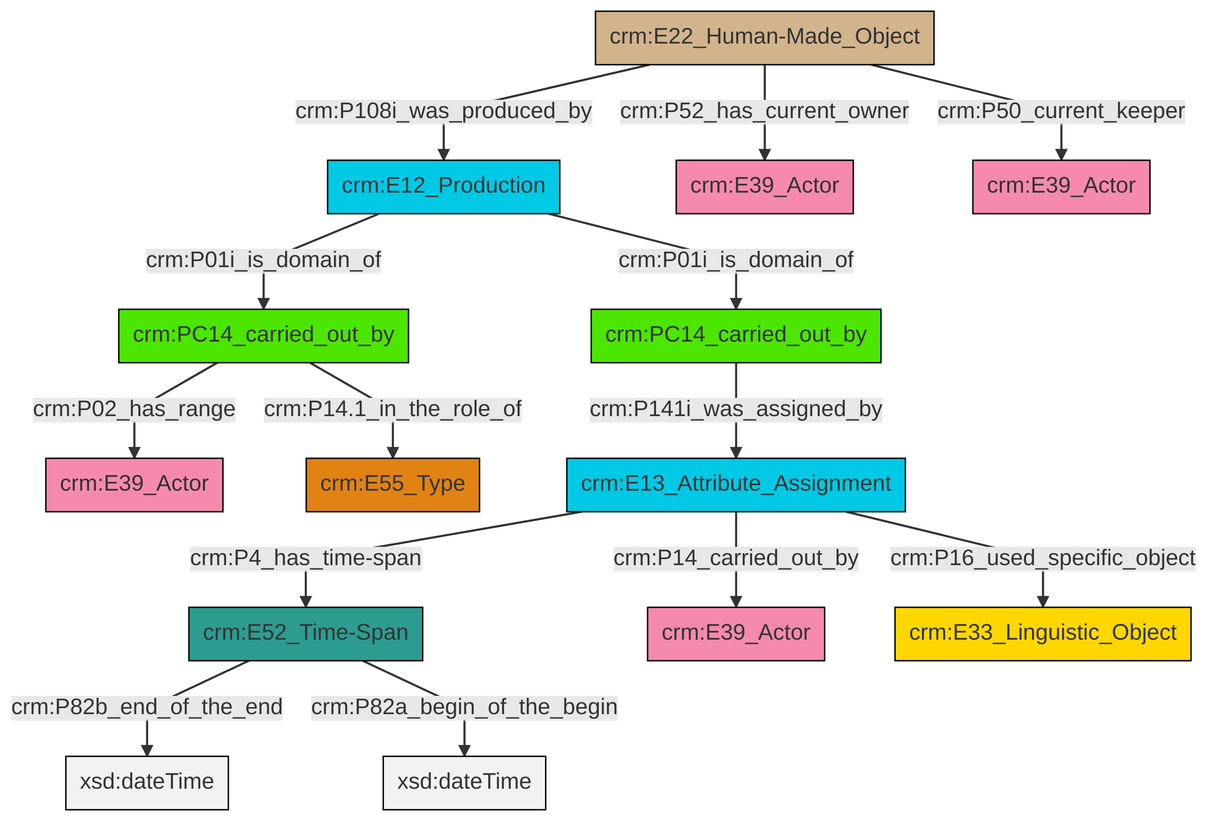
This is et/carrierCSV/ttl/mmd/png/carrier_relations.png from swiss-art-research-net/docs.swissartresearch, a Mermaid export, as it was before one commit. Its source is kept beside it as et/carrierCSV/ttl/mmd/carrier_relations.ttl.mmd.
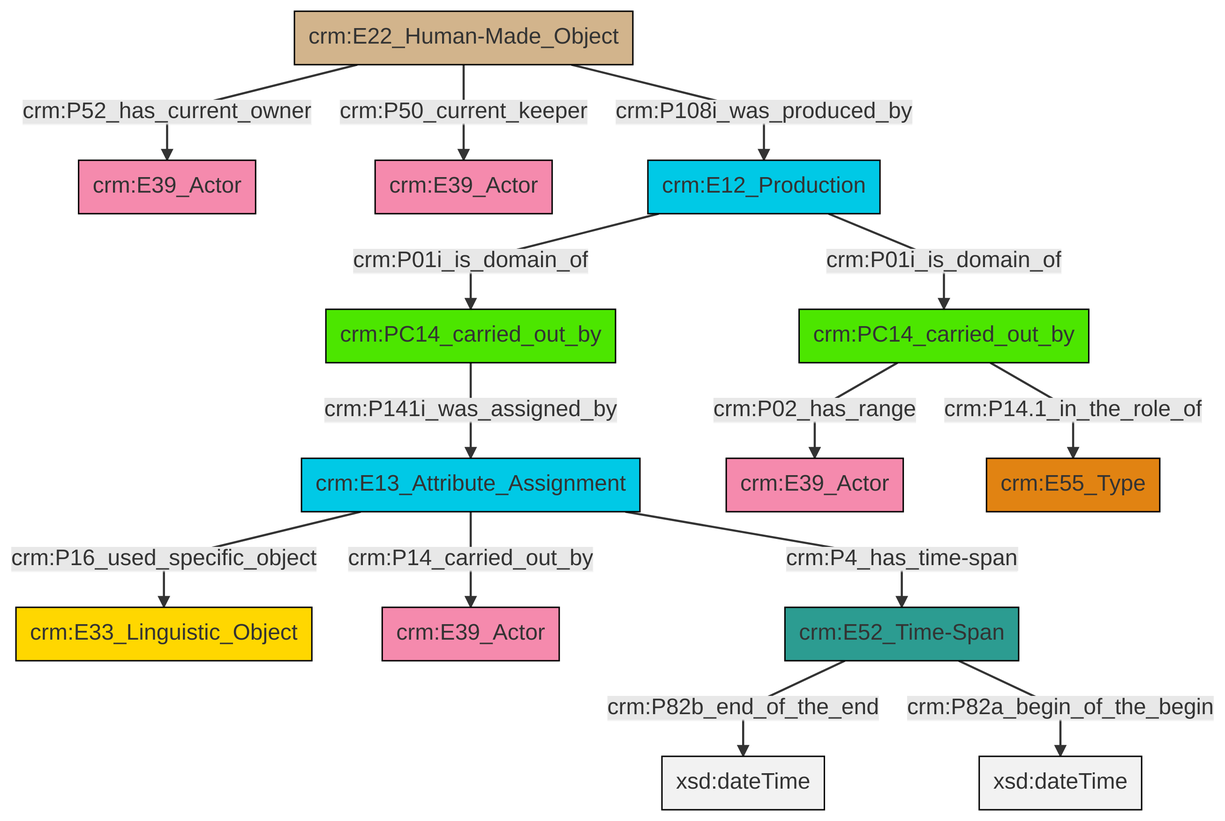
After the change.

The edit, as a diff of the source:
```diff
@@ -13,16 +13,16 @@
 classDef PC_Classes fill:#4ce600, stroke:#000000;
 classDef Multi fill:#cccccc,stroke:#000000;
 
-0["crm:PC14_carried_out_by"]:::PC_Classes -->|crm:P02_has_range| 1["crm:E39_Actor"]:::Actor
-0["crm:PC14_carried_out_by"]:::PC_Classes -->|crm:P14.1_in_the_role_of| 2["crm:E55_Type"]:::Type
-5["crm:E22_Human-Made_Object"]:::Physical_Thing -->|crm:P108i_was_produced_by| 6["crm:E12_Production"]:::Temporal_Entity
-6["crm:E12_Production"]:::Temporal_Entity -->|crm:P01i_is_domain_of| 0["crm:PC14_carried_out_by"]:::PC_Classes
-10["crm:E13_Attribute_Assignment"]:::Temporal_Entity -->|crm:P14_carried_out_by| 13["crm:E39_Actor"]:::Actor
-10["crm:E13_Attribute_Assignment"]:::Temporal_Entity -->|crm:P4_has_time-span| 3["crm:E52_Time-Span"]:::Time-Span
-6["crm:E12_Production"]:::Temporal_Entity -->|crm:P01i_is_domain_of| 14["crm:PC14_carried_out_by"]:::PC_Classes
-3["crm:E52_Time-Span"]:::Time-Span -->|crm:P82b_end_of_the_end| 15[xsd:dateTime]:::Literal
-14["crm:PC14_carried_out_by"]:::PC_Classes -->|crm:P141i_was_assigned_by| 10["crm:E13_Attribute_Assignment"]:::Temporal_Entity
-5["crm:E22_Human-Made_Object"]:::Physical_Thing -->|crm:P50_current_keeper| 18["crm:E39_Actor"]:::Actor
-10["crm:E13_Attribute_Assignment"]:::Temporal_Entity -->|crm:P16_used_specific_object| 22["crm:E33_Linguistic_Object"]:::Conceptual_Object
-3["crm:E52_Time-Span"]:::Time-Span -->|crm:P82a_begin_of_the_begin| 24[xsd:dateTime]:::Literal
-5["crm:E22_Human-Made_Object"]:::Physical_Thing -->|crm:P52_has_current_owner| 16["crm:E39_Actor"]:::Actor
+0["crm:E13_Attribute_Assignment"]:::Temporal_Entity -->|crm:P16_used_specific_object| 1["crm:E33_Linguistic_Object"]:::Conceptual_Object
+4["crm:PC14_carried_out_by"]:::PC_Classes -->|crm:P02_has_range| 5["crm:E39_Actor"]:::Actor
+8["crm:E22_Human-Made_Object"]:::Physical_Thing -->|crm:P108i_was_produced_by| 9["crm:E12_Production"]:::Temporal_Entity
+8["crm:E22_Human-Made_Object"]:::Physical_Thing -->|crm:P50_current_keeper| 6["crm:E39_Actor"]:::Actor
+9["crm:E12_Production"]:::Temporal_Entity -->|crm:P01i_is_domain_of| 11["crm:PC14_carried_out_by"]:::PC_Classes
+11["crm:PC14_carried_out_by"]:::PC_Classes -->|crm:P141i_was_assigned_by| 0["crm:E13_Attribute_Assignment"]:::Temporal_Entity
+0["crm:E13_Attribute_Assignment"]:::Temporal_Entity -->|crm:P4_has_time-span| 18["crm:E52_Time-Span"]:::Time-Span
+18["crm:E52_Time-Span"]:::Time-Span -->|crm:P82b_end_of_the_end| 19[xsd:dateTime]:::Literal
+8["crm:E22_Human-Made_Object"]:::Physical_Thing -->|crm:P52_has_current_owner| 2["crm:E39_Actor"]:::Actor
+4["crm:PC14_carried_out_by"]:::PC_Classes -->|crm:P14.1_in_the_role_of| 20["crm:E55_Type"]:::Type
+0["crm:E13_Attribute_Assignment"]:::Temporal_Entity -->|crm:P14_carried_out_by| 13["crm:E39_Actor"]:::Actor
+9["crm:E12_Production"]:::Temporal_Entity -->|crm:P01i_is_domain_of| 4["crm:PC14_carried_out_by"]:::PC_Classes
+18["crm:E52_Time-Span"]:::Time-Span -->|crm:P82a_begin_of_the_begin| 25[xsd:dateTime]:::Literal
```
